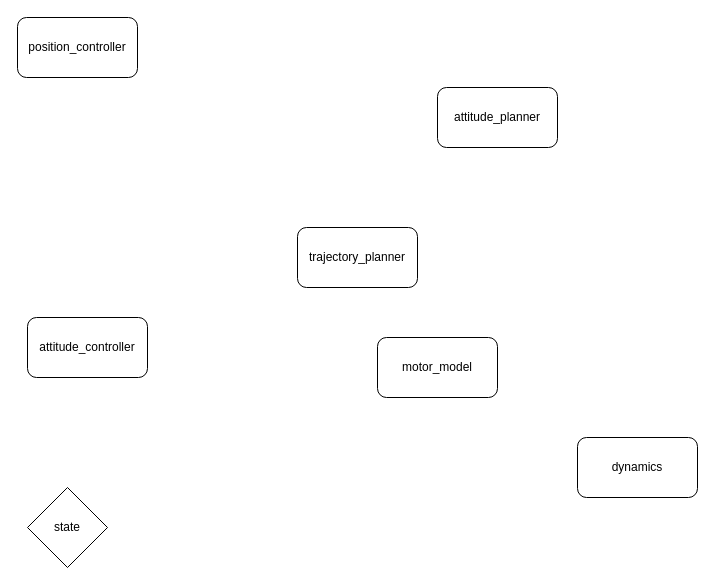
The draw.io diagram Untitled Diagram.drawio in danbronzy/quadcopter_controller, before the edit. Source tidied: cells renumbered, new cells numbered last; positions are measured from the earlier drawing's top-left corner, leaving out a move shared by most shapes. Both pictures are drawn from the tidied source at 100%, with x=0, y=0 at pixel (17, 17).
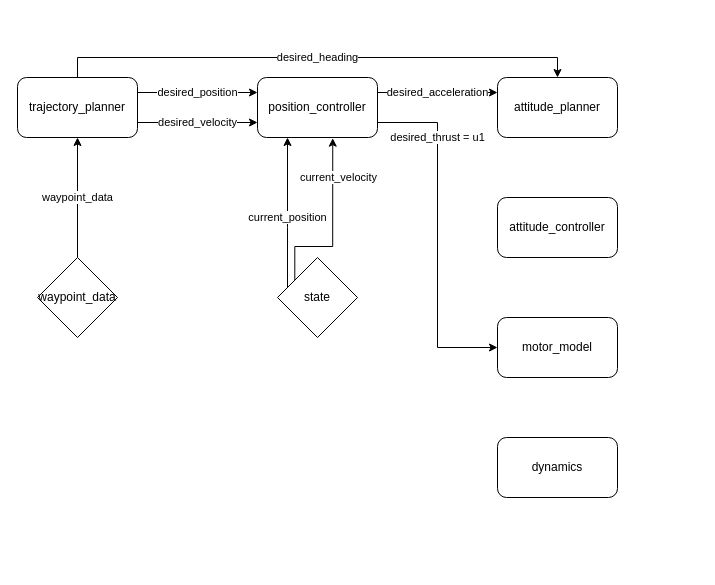
The same diagram, later.

Change to the diagram source:
```diff
@@
+    <mxCell id="9" value="desired_acceleration" style="edgeStyle=orthogonalEdgeStyle;rounded=0;jettySize=auto;html=1;exitX=1;exitY=0.25;exitDx=0;exitDy=0;entryX=0;entryY=0.25;entryDx=0;entryDy=0;" parent="1" edge="1" source="2" target="4">
+      <mxGeometry relative="1" as="geometry" />
+    </mxCell>
+    <mxCell id="10" value="desired_thrust = u1" style="edgeStyle=orthogonalEdgeStyle;rounded=0;jettySize=auto;html=1;exitX=1;exitY=0.75;exitDx=0;exitDy=0;entryX=0;entryY=0.5;entryDx=0;entryDy=0;" parent="1" edge="1" source="2" target="6">
+      <mxGeometry x="-0.65" y="-15" relative="1" as="geometry">
+        <mxPoint x="15" y="15" as="offset" />
+      </mxGeometry>
+    </mxCell>
     <mxCell id="2" value="position_controller" style="rounded=1;whiteSpace=wrap;html=1;" parent="1" vertex="1">
-      <mxGeometry width="120" height="60" as="geometry" />
+      <mxGeometry x="240" y="60" width="120" height="60" as="geometry" />
     </mxCell>
+    <mxCell id="11" value="&lt;div&gt;desired_position&lt;/div&gt;" style="edgeStyle=orthogonalEdgeStyle;rounded=0;jettySize=auto;html=1;entryX=0;entryY=0.25;entryDx=0;entryDy=0;exitX=1;exitY=0.25;exitDx=0;exitDy=0;" parent="1" edge="1" source="3" target="2">
+      <mxGeometry relative="1" as="geometry" />
+    </mxCell>
+    <mxCell id="12" value="desired_velocity" style="edgeStyle=orthogonalEdgeStyle;rounded=0;jettySize=auto;html=1;exitX=1;exitY=0.75;exitDx=0;exitDy=0;entryX=0;entryY=0.75;entryDx=0;entryDy=0;" parent="1" edge="1" source="3" target="2">
+      <mxGeometry relative="1" as="geometry" />
+    </mxCell>
+    <mxCell id="13" value="&lt;div&gt;desired_heading&lt;/div&gt;" style="edgeStyle=orthogonalEdgeStyle;rounded=0;jettySize=auto;html=1;entryX=0.5;entryY=0;entryDx=0;entryDy=0;" parent="1" edge="1" source="3" target="4">
+      <mxGeometry relative="1" as="geometry">
+        <Array as="points">
+          <mxPoint x="60" y="40" />
+          <mxPoint x="540" y="40" />
+        </Array>
+      </mxGeometry>
+    </mxCell>
     <mxCell id="3" value="&lt;div&gt;trajectory_planner&lt;/div&gt;" style="rounded=1;whiteSpace=wrap;html=1;" parent="1" vertex="1">
-      <mxGeometry x="280" y="210" width="120" height="60" as="geometry" />
+      <mxGeometry y="60" width="120" height="60" as="geometry" />
     </mxCell>
     <mxCell id="4" value="&lt;div&gt;attitude_planner&lt;/div&gt;" style="rounded=1;whiteSpace=wrap;html=1;" parent="1" vertex="1">
-      <mxGeometry x="420" y="70" width="120" height="60" as="geometry" />
+      <mxGeometry x="480" y="60" width="120" height="60" as="geometry" />
     </mxCell>
     <mxCell id="5" value="&lt;div&gt;attitude_controller&lt;/div&gt;" style="rounded=1;whiteSpace=wrap;html=1;" parent="1" vertex="1">
-      <mxGeometry x="10" y="300" width="120" height="60" as="geometry" />
+      <mxGeometry x="480" y="180" width="120" height="60" as="geometry" />
     </mxCell>
     <mxCell id="6" value="&lt;div&gt;motor_model&lt;/div&gt;" style="rounded=1;whiteSpace=wrap;html=1;" parent="1" vertex="1">
-      <mxGeometry x="360" y="320" width="120" height="60" as="geometry" />
+      <mxGeometry x="480" y="300" width="120" height="60" as="geometry" />
     </mxCell>
     <mxCell id="7" value="&lt;div&gt;dynamics&lt;/div&gt;" style="rounded=1;whiteSpace=wrap;html=1;" parent="1" vertex="1">
-      <mxGeometry x="560" y="420" width="120" height="60" as="geometry" />
+      <mxGeometry x="480" y="420" width="120" height="60" as="geometry" />
     </mxCell>
+    <mxCell id="14" value="&lt;div&gt;current_position&lt;/div&gt;" style="edgeStyle=orthogonalEdgeStyle;rounded=0;jettySize=auto;html=1;entryX=0.25;entryY=1;entryDx=0;entryDy=0;" parent="1" edge="1" source="8" target="2">
+      <mxGeometry x="-0.07" relative="1" as="geometry">
+        <Array as="points">
+          <mxPoint x="270" y="210" />
+          <mxPoint x="270" y="210" />
+        </Array>
+      </mxGeometry>
+    </mxCell>
+    <mxCell id="15" style="edgeStyle=orthogonalEdgeStyle;rounded=0;jettySize=auto;html=1;entryX=0.627;entryY=1.012;entryDx=0;entryDy=0;entryPerimeter=0;" parent="1" edge="1" target="2">
+      <mxGeometry relative="1" as="geometry">
+        <mxPoint x="277.3" y="279.4" as="sourcePoint" />
+        <Array as="points">
+          <mxPoint x="277" y="229" />
+          <mxPoint x="315" y="229" />
+        </Array>
+      </mxGeometry>
+    </mxCell>
+    <mxCell id="16" value="current_velocity" style="edgeLabel;html=1;align=center;verticalAlign=middle;" parent="15" vertex="1">
+      <mxGeometry x="0.09" y="-1" relative="1" as="geometry">
+        <mxPoint x="3.8" y="-50.4" as="offset" />
+      </mxGeometry>
+    </mxCell>
     <mxCell id="8" value="&lt;div&gt;state&lt;/div&gt;" style="rhombus;whiteSpace=wrap;html=1;" parent="1" vertex="1">
-      <mxGeometry x="10" y="470" width="80" height="80" as="geometry" />
+      <mxGeometry x="260" y="240" width="80" height="80" as="geometry" />
     </mxCell>
+    <mxCell id="17" value="&lt;div&gt;waypoint_data&lt;/div&gt;" style="edgeStyle=orthogonalEdgeStyle;rounded=0;jettySize=auto;html=1;entryX=0.5;entryY=1;entryDx=0;entryDy=0;" parent="1" edge="1" source="18" target="3">
+      <mxGeometry relative="1" as="geometry" />
+    </mxCell>
+    <mxCell id="18" value="waypoint_data" style="rhombus;whiteSpace=wrap;html=1;" parent="1" vertex="1">
+      <mxGeometry x="20" y="240" width="80" height="80" as="geometry" />
+    </mxCell>
```
